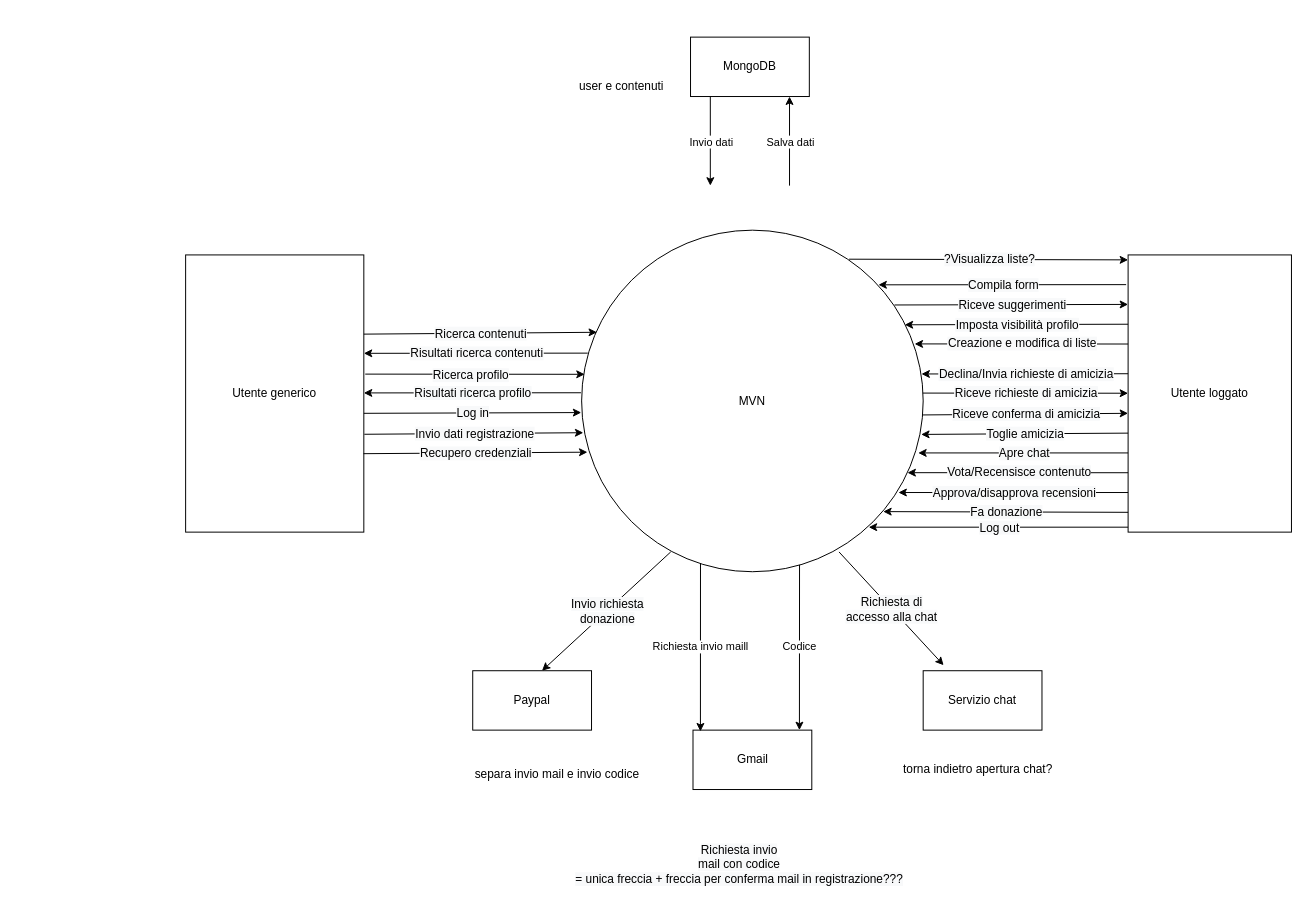
Above: ContestDiagram.drawio in Organizzazione-IngSoftware/BancoLavoroD2 (draw.io), before the change. Source tidied: cells renumbered, new cells numbered last; positions are measured from the earlier drawing's top-left corner, leaving out a move shared by most shapes. Both pictures are drawn from the tidied source at 99%, with x=0, y=0 at pixel (185, 37).
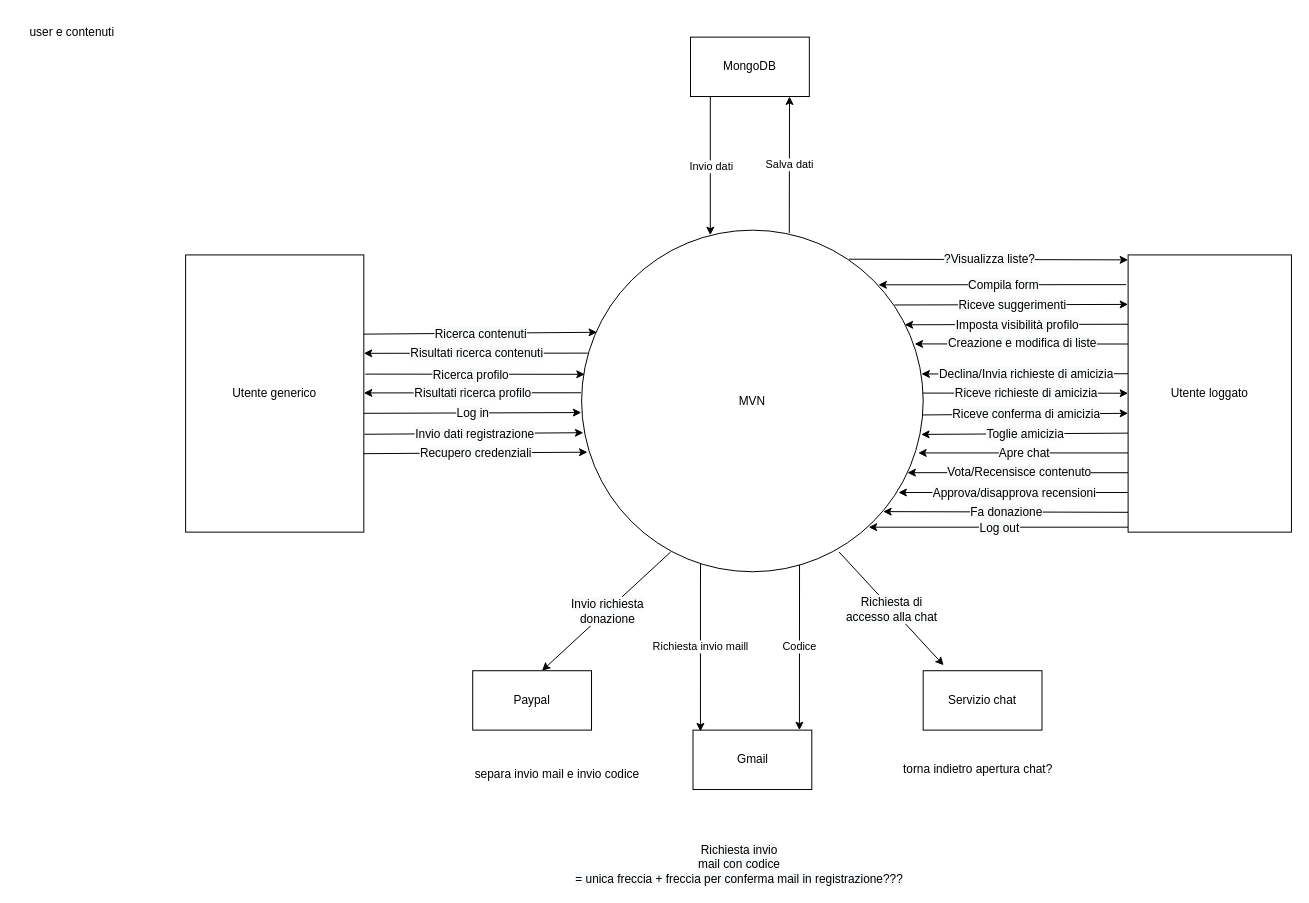
After the change.

Unchanged cells that the change refers to:
```xml
<mxCell id="2" value="MVN" style="ellipse;whiteSpace=wrap;html=1;" parent="1" vertex="1">
  <mxGeometry x="400" y="195" width="345" height="345" as="geometry" />
</mxCell>
```

Diff of the diagram source:
```diff
@@
-    <mxCell id="58" style="endArrow=classic;html=1;rounded=0;" parent="1" edge="1">
+    <mxCell id="58" style="endArrow=classic;html=1;rounded=0;exitX=0.608;exitY=0.008;exitDx=0;exitDy=0;exitPerimeter=0;" parent="1" edge="1" source="2">
       <mxGeometry relative="1" as="geometry">
-        <mxPoint x="610" y="150" as="sourcePoint" />
         <mxPoint x="610" y="60" as="targetPoint" />
       </mxGeometry>
     </mxCell>
@@
     <mxCell id="60" style="endArrow=classic;html=1;rounded=0;" parent="1" edge="1">
       <mxGeometry relative="1" as="geometry">
         <mxPoint x="530" y="60" as="sourcePoint" />
-        <mxPoint x="530" y="150" as="targetPoint" />
+        <mxPoint x="530" y="200" as="targetPoint" />
       </mxGeometry>
     </mxCell>
@@
     <mxCell id="62" value="user e contenuti" style="text;html=1;align=center;verticalAlign=middle;strokeColor=none;fillColor=none;" parent="1" vertex="1">
-      <mxGeometry x="385" y="35" width="110" height="30" as="geometry" />
+      <mxGeometry x="-170" y="-20" width="110" height="30" as="geometry" />
     </mxCell>
```
